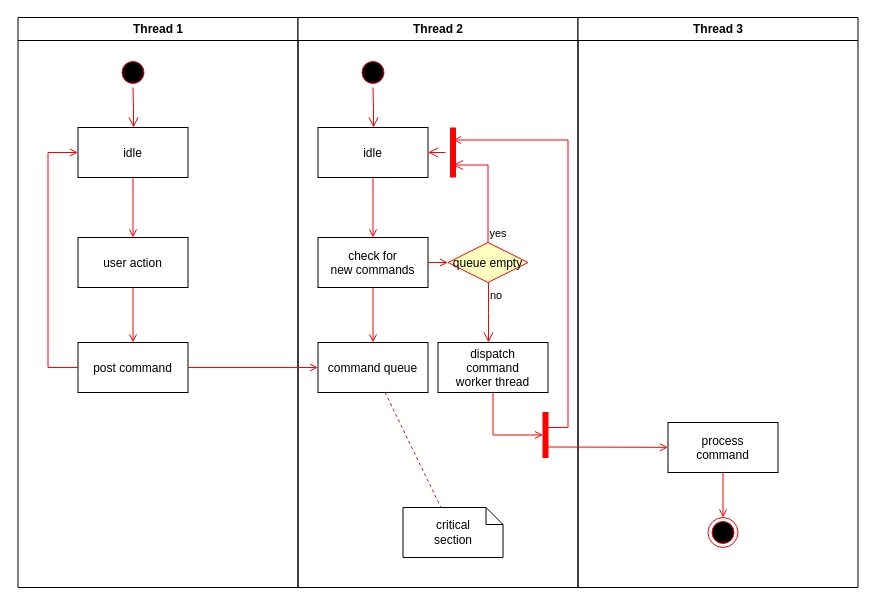
Before: Untitled Diagram.drawio in Hunkizzz/project-zebra-diagrams, a draw.io diagram. Source tidied: cells renumbered, new cells numbered last; positions are measured from the earlier drawing's top-left corner, leaving out a move shared by most shapes. Both pictures are drawn from the tidied source at 100%, with x=0, y=0 at pixel (17, 17).
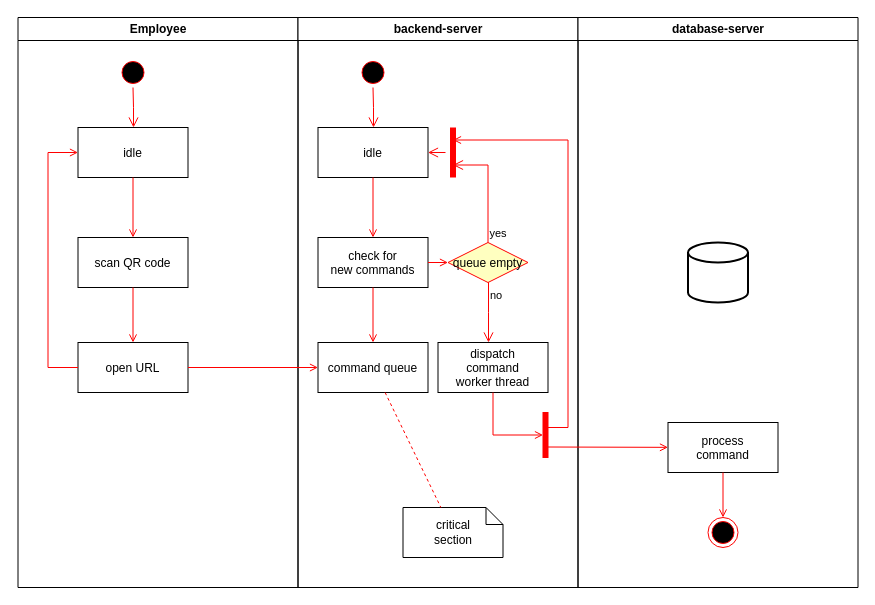
The same diagram, later.

The edit, as a diff of the source:
```diff
@@
-    <mxCell id="2" value="Thread 1" style="swimlane;whiteSpace=wrap;" parent="1" vertex="1">
+    <mxCell id="2" value="Employee" style="swimlane;whiteSpace=wrap;" parent="1" vertex="1">
       <mxGeometry x="0.5" width="280" height="570" as="geometry" />
     </mxCell>
@@
-    <mxCell id="6" value="user action" parent="2" vertex="1">
+    <mxCell id="6" value="scan QR code" parent="2" vertex="1">
       <mxGeometry x="60" y="220" width="110" height="50" as="geometry" />
     </mxCell>
@@
-    <mxCell id="8" value="post command" parent="2" vertex="1">
+    <mxCell id="8" value="open URL" parent="2" vertex="1">
       <mxGeometry x="60" y="325" width="110" height="50" as="geometry" />
     </mxCell>
@@
-    <mxCell id="11" value="Thread 2" style="swimlane;whiteSpace=wrap;" parent="1" vertex="1">
+    <mxCell id="11" value="backend-server" style="swimlane;whiteSpace=wrap;" parent="1" vertex="1">
       <mxGeometry x="280.5" width="280" height="570" as="geometry" />
     </mxCell>
@@
-    <mxCell id="30" value="Thread 3" style="swimlane;whiteSpace=wrap;" parent="1" vertex="1">
+    <mxCell id="30" value="database-server" style="swimlane;whiteSpace=wrap;" parent="1" vertex="1">
       <mxGeometry x="560.5" width="280" height="570" as="geometry" />
     </mxCell>
@@
+    <mxCell id="37" style="strokeWidth=2;html=1;shape=mxgraph.flowchart.database;whiteSpace=wrap;" parent="30" vertex="1">
+      <mxGeometry x="110" y="225" width="60" height="60" as="geometry" />
+    </mxCell>
```
